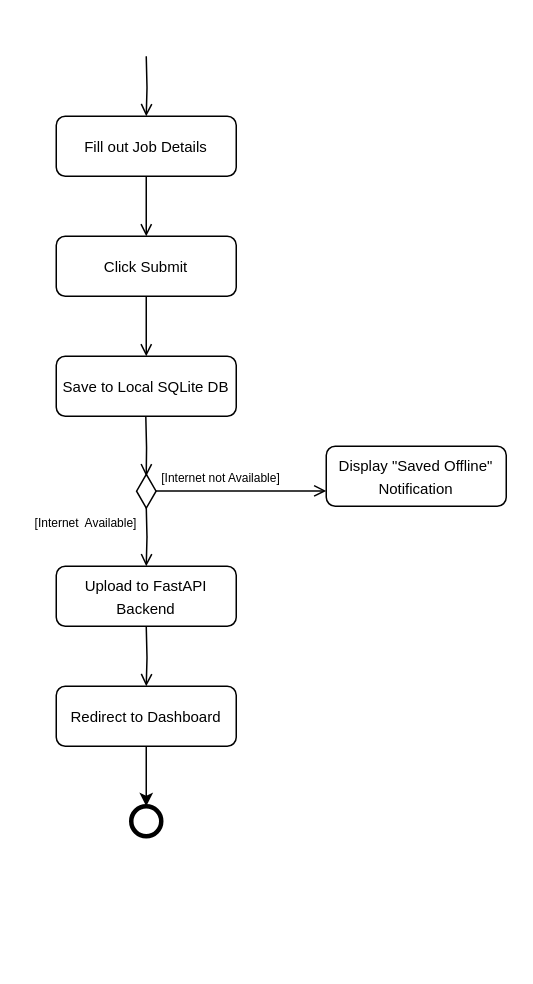
Before: ActivityDiagram.drawio in eigenlambda123/BarangayMicroJobs, a draw.io diagram. Source tidied: cells renumbered, new cells numbered last; positions are measured from the earlier drawing's top-left corner, leaving out a move shared by most shapes. Both pictures are drawn from the tidied source at 150%, with x=0, y=0 at pixel (26, 26).
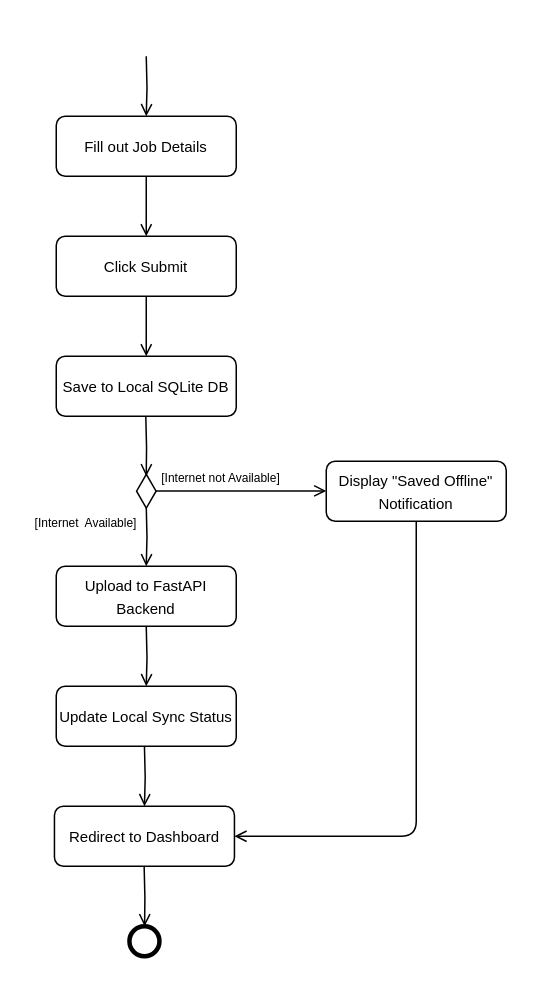
The same page after the edit.

Change to the diagram source:
```diff
@@
+    <mxCell id="21" style="edgeStyle=orthogonalEdgeStyle;rounded=1;jettySize=auto;html=1;entryX=1;entryY=0.5;entryDx=0;entryDy=0;curved=0;endArrow=open;endFill=0;" parent="1" edge="1" source="10" target="23">
+      <mxGeometry relative="1" as="geometry">
+        <Array as="points">
+          <mxPoint x="260" y="540" />
+        </Array>
+      </mxGeometry>
+    </mxCell>
     <mxCell id="10" value="&lt;font style=&quot;font-size: 10px;&quot;&gt;Display &quot;Saved Offline&quot; Notification&lt;/font&gt;" style="rounded=1;whiteSpace=wrap;html=1;" parent="1" vertex="1">
-      <mxGeometry x="200" y="280" width="120" height="40" as="geometry" />
+      <mxGeometry x="200" y="290" width="120" height="40" as="geometry" />
     </mxCell>
@@
-    <mxCell id="13" style="edgeStyle=orthogonalEdgeStyle;rounded=0;jettySize=auto;html=1;entryX=0.5;entryY=0;entryDx=0;entryDy=0;" parent="1" edge="1" source="14" target="20">
-      <mxGeometry relative="1" as="geometry" />
-    </mxCell>
-    <mxCell id="14" value="&lt;font style=&quot;font-size: 10px;&quot;&gt;Redirect to Dashboard&lt;/font&gt;" style="rounded=1;whiteSpace=wrap;html=1;" parent="1" vertex="1">
+    <mxCell id="14" value="&lt;font style=&quot;font-size: 10px;&quot;&gt;Update Local Sync Status&lt;/font&gt;" style="rounded=1;whiteSpace=wrap;html=1;" parent="1" vertex="1">
       <mxGeometry x="20" y="440" width="120" height="40" as="geometry" />
     </mxCell>
@@
     <mxCell id="20" style="ellipse;whiteSpace=wrap;html=1;strokeColor=default;gradientColor=none;fillStyle=auto;strokeWidth=3;" parent="1" vertex="1">
-      <mxGeometry x="70" y="520" width="20" height="20" as="geometry" />
+      <mxGeometry x="68.8" y="600" width="20" height="20" as="geometry" />
     </mxCell>
+    <mxCell id="22" style="edgeStyle=orthogonalEdgeStyle;rounded=0;jettySize=auto;html=1;endArrow=open;endFill=0;" parent="1" edge="1" target="23">
+      <mxGeometry relative="1" as="geometry">
+        <mxPoint x="78.8" y="480" as="sourcePoint" />
+      </mxGeometry>
+    </mxCell>
+    <mxCell id="23" value="&lt;font style=&quot;font-size: 10px;&quot;&gt;Redirect to Dashboard&lt;/font&gt;" style="rounded=1;whiteSpace=wrap;html=1;" parent="1" vertex="1">
+      <mxGeometry x="18.8" y="520" width="120" height="40" as="geometry" />
+    </mxCell>
+    <mxCell id="24" style="edgeStyle=orthogonalEdgeStyle;rounded=0;orthogonalLoop=1;jettySize=auto;html=1;endArrow=open;endFill=0;" parent="1" edge="1">
+      <mxGeometry relative="1" as="geometry">
+        <mxPoint x="78.6" y="560" as="sourcePoint" />
+        <mxPoint x="78.9" y="600" as="targetPoint" />
+      </mxGeometry>
+    </mxCell>
```
